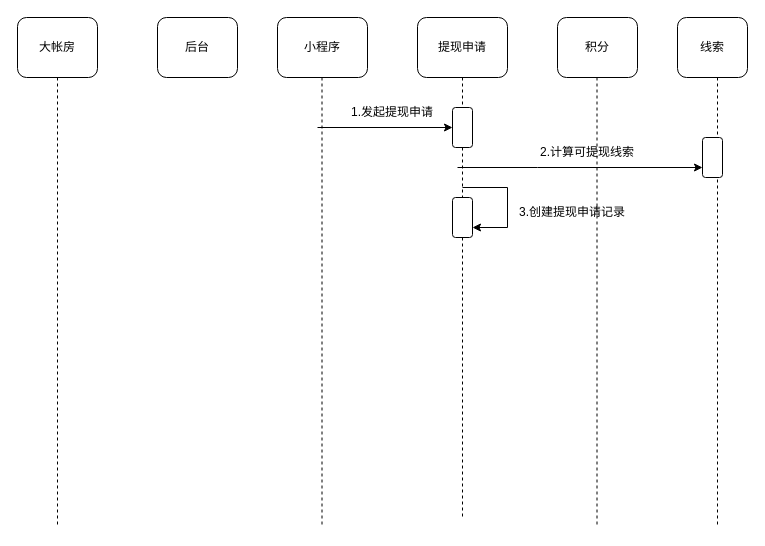
RichardWSD/Diagram-Flow keeps this draw.io diagram as Untitled Diagram.drawio. Above is the earlier version. Source tidied: cells renumbered, new cells numbered last; positions are measured from the earlier drawing's top-left corner, leaving out a move shared by most shapes. Both pictures are drawn from the tidied source at 100%, with x=0, y=0 at pixel (17, 17).
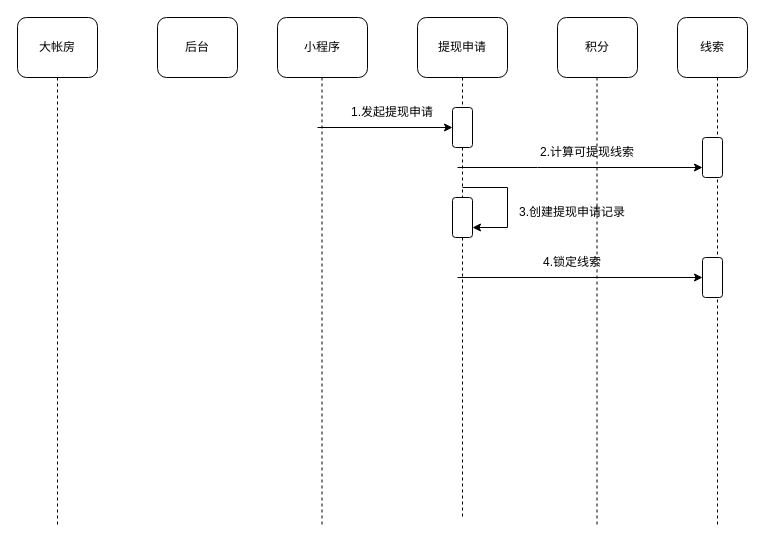
After the change.

What changed in the source:
```diff
@@
+    <mxCell id="24" style="rounded=1;whiteSpace=wrap;html=1;" parent="1" vertex="1">
+      <mxGeometry x="685" y="240" width="20" height="40" as="geometry" />
+    </mxCell>
+    <mxCell id="25" style="endArrow=classic;html=1;rounded=0;entryX=0;entryY=0.5;entryDx=0;entryDy=0;" parent="1" edge="1" target="24">
+      <mxGeometry relative="1" as="geometry">
+        <mxPoint x="440" y="260" as="sourcePoint" />
+      </mxGeometry>
+    </mxCell>
+    <mxCell id="26" value="4.锁定线索" style="text;html=1;strokeColor=none;fillColor=none;align=center;verticalAlign=middle;whiteSpace=wrap;rounded=0;" parent="1" vertex="1">
+      <mxGeometry x="510" y="230" width="90" height="30" as="geometry" />
+    </mxCell>
```
